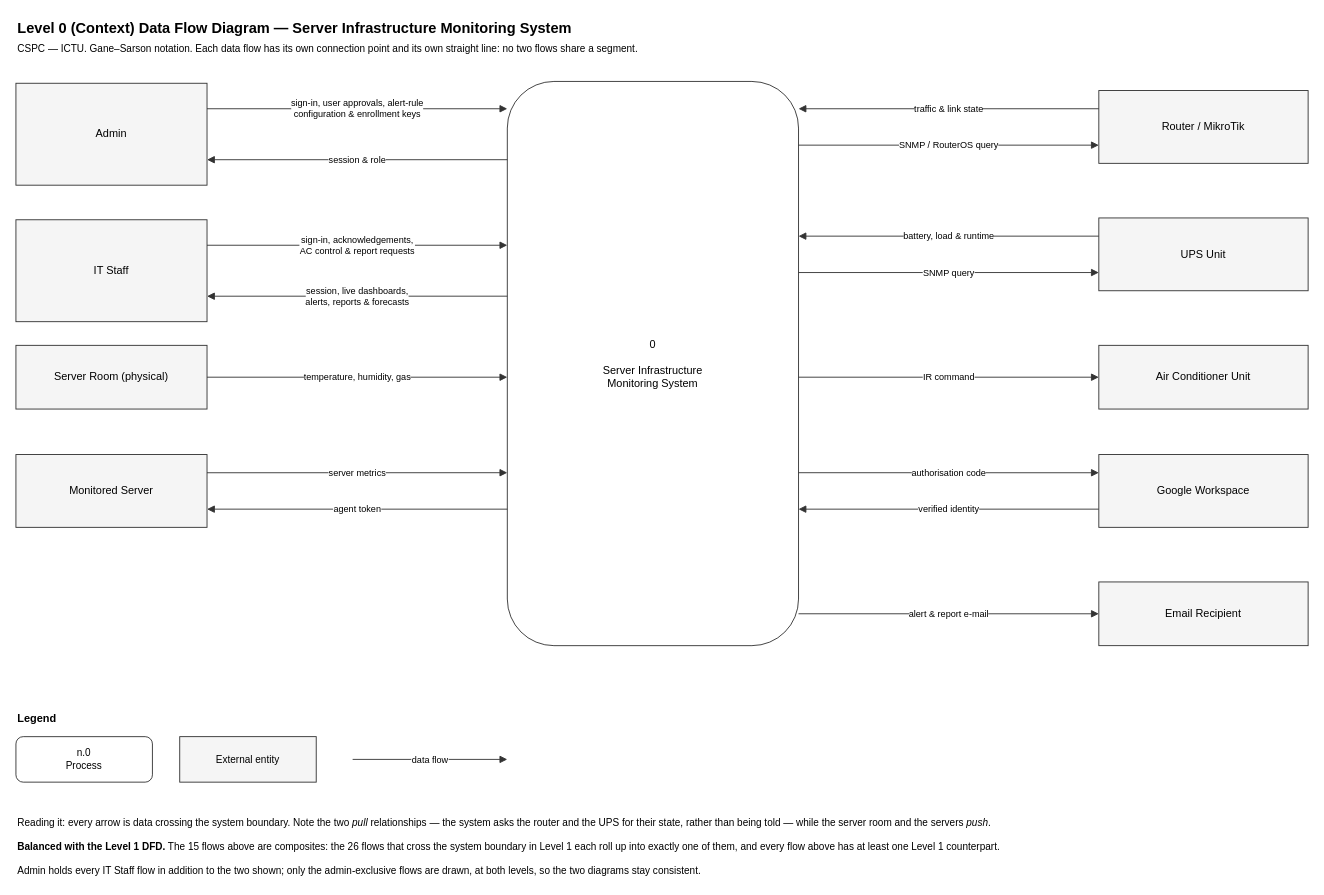
This is docs/dfd/dfd-level0-clean.drawio from markgregoriooo/server_monitoring_system, a draw.io file, before an edit. Source tidied: cells renumbered, new cells numbered last; positions are measured from the earlier drawing's top-left corner, leaving out a move shared by most shapes. Both pictures are drawn from the tidied source at 91%, with x=0, y=0 at pixel (15, 15).
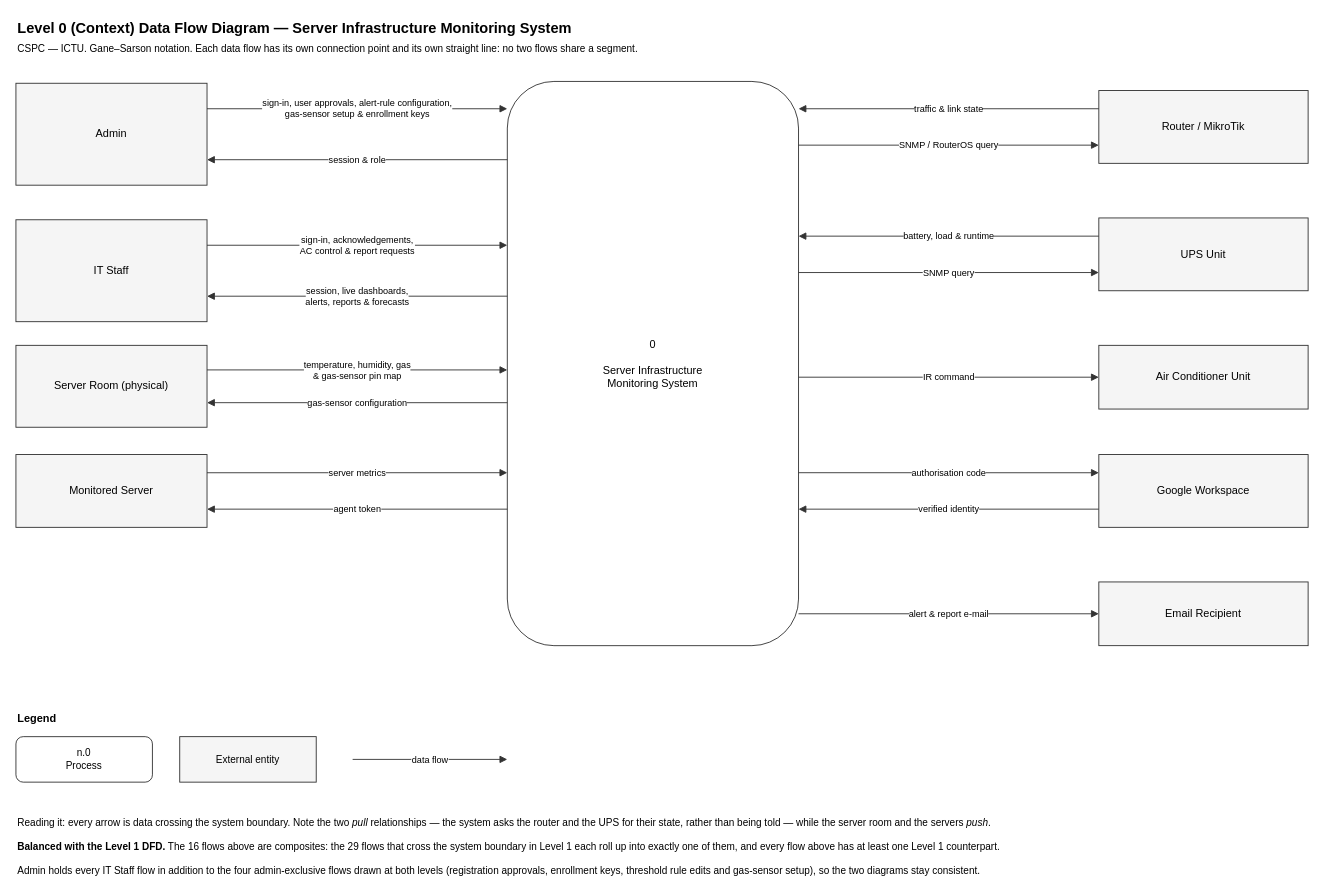
The same diagram, later.

Commit message (it also covers changes not shown here):
docs: gas sensors, DFDs, tunnel setup, DHT22

The change refers to these unchanged cells:
```xml
<mxCell id="4" value="0&lt;br&gt;&lt;br&gt;Server Infrastructure&lt;br&gt;Monitoring System" style="rounded=1;whiteSpace=wrap;html=1;arcSize=16;fillColor=#FFFFFF;strokeColor=#333333;fontSize=12;" parent="1" vertex="1">
  <mxGeometry x="540" y="72" width="320" height="620" as="geometry" />
</mxCell>
<mxCell id="5" value="Admin" style="rounded=0;whiteSpace=wrap;html=1;fillColor=#F5F5F5;strokeColor=#333333;fontSize=12;" parent="1" vertex="1">
  <mxGeometry y="74" width="210" height="112" as="geometry" />
</mxCell>
```

Diff of the diagram source:
```diff
@@
     <mxCell id="7" value="Server Room (physical)" style="rounded=0;whiteSpace=wrap;html=1;fillColor=#F5F5F5;strokeColor=#333333;fontSize=12;" parent="1" vertex="1">
-      <mxGeometry y="362" width="210" height="70" as="geometry" />
+      <mxGeometry y="362" width="210" height="90" as="geometry" />
     </mxCell>
@@
-    <mxCell id="14" value="sign-in, user approvals, alert-rule&lt;br&gt;configuration &amp;amp; enrollment keys" style="edgeStyle=orthogonalEdgeStyle;rounded=0;html=1;jumpStyle=arc;fontSize=10;strokeColor=#333333;endArrow=block;endFill=1;labelBackgroundColor=#FFFFFF;exitX=1;exitY=0.25;exitDx=0;exitDy=0;entryX=0;entryY=0.0484;entryDx=0;entryDy=0;" parent="1" edge="1" source="5" target="4">
+    <mxCell id="14" value="sign-in, user approvals, alert-rule configuration,&lt;br&gt;gas-sensor setup &amp;amp; enrollment keys" style="edgeStyle=orthogonalEdgeStyle;rounded=0;html=1;jumpStyle=arc;fontSize=10;strokeColor=#333333;endArrow=block;endFill=1;labelBackgroundColor=#FFFFFF;exitX=1;exitY=0.25;exitDx=0;exitDy=0;entryX=0;entryY=0.0484;entryDx=0;entryDy=0;" parent="1" edge="1" source="5" target="4">
       <mxGeometry relative="1" as="geometry" />
     </mxCell>
@@
-    <mxCell id="18" value="temperature, humidity, gas" style="edgeStyle=orthogonalEdgeStyle;rounded=0;html=1;jumpStyle=arc;fontSize=10;strokeColor=#333333;endArrow=block;endFill=1;labelBackgroundColor=#FFFFFF;exitX=1;exitY=0.5;exitDx=0;exitDy=0;entryX=0;entryY=0.5242;entryDx=0;entryDy=0;" parent="1" edge="1" source="7" target="4">
+    <mxCell id="18" value="temperature, humidity, gas&lt;br&gt;&amp;amp; gas-sensor pin map" style="edgeStyle=orthogonalEdgeStyle;rounded=0;html=1;jumpStyle=arc;fontSize=10;strokeColor=#333333;endArrow=block;endFill=1;labelBackgroundColor=#FFFFFF;exitX=1;exitY=0.3;exitDx=0;exitDy=0;entryX=0;entryY=0.5113;entryDx=0;entryDy=0;" parent="1" edge="1" source="7" target="4">
       <mxGeometry relative="1" as="geometry" />
     </mxCell>
@@
+    <mxCell id="36" value="gas-sensor configuration" style="edgeStyle=orthogonalEdgeStyle;rounded=0;html=1;jumpStyle=arc;fontSize=10;strokeColor=#333333;endArrow=block;endFill=1;labelBackgroundColor=#FFFFFF;exitX=0;exitY=0.5694;exitDx=0;exitDy=0;entryX=1;entryY=0.7;entryDx=0;entryDy=0;" parent="1" edge="1" source="4" target="7">
+      <mxGeometry relative="1" as="geometry" />
+    </mxCell>
@@
-    <mxCell id="34" value="&lt;b&gt;Balanced with the Level 1 DFD.&lt;/b&gt; The 15 flows above are composites: the 26 flows that cross the system boundary in Level 1 each roll up into exactly one of them, and every flow above has at least one Level 1 counterpart." style="text;html=1;strokeColor=none;fillColor=none;align=left;verticalAlign=middle;whiteSpace=wrap;fontSize=11;" parent="1" vertex="1">
+    <mxCell id="34" value="&lt;b&gt;Balanced with the Level 1 DFD.&lt;/b&gt; The 16 flows above are composites: the 29 flows that cross the system boundary in Level 1 each roll up into exactly one of them, and every flow above has at least one Level 1 counterpart." style="text;html=1;strokeColor=none;fillColor=none;align=left;verticalAlign=middle;whiteSpace=wrap;fontSize=11;" parent="1" vertex="1">
       <mxGeometry y="903" width="1400" height="20" as="geometry" />
     </mxCell>
-    <mxCell id="35" value="Admin holds every IT Staff flow in addition to the two shown; only the admin-exclusive flows are drawn, at both levels, so the two diagrams stay consistent." style="text;html=1;strokeColor=none;fillColor=none;align=left;verticalAlign=middle;whiteSpace=wrap;fontSize=11;" parent="1" vertex="1">
+    <mxCell id="35" value="Admin holds every IT Staff flow in addition to the four admin-exclusive flows drawn at both levels (registration approvals, enrollment keys, threshold rule edits and gas-sensor setup), so the two diagrams stay consistent." style="text;html=1;strokeColor=none;fillColor=none;align=left;verticalAlign=middle;whiteSpace=wrap;fontSize=11;" parent="1" vertex="1">
       <mxGeometry y="929" width="1400" height="20" as="geometry" />
     </mxCell>
```
